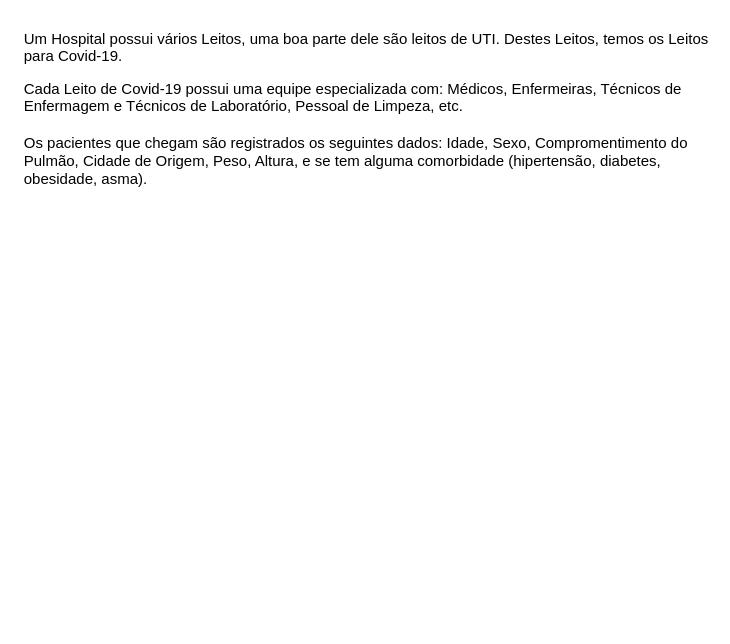
This is Covid-19-Hospital.drawio from vladimiralencar/Alunos-UEPB-BancoDeDados, a draw.io file, before an edit. Source tidied: cells renumbered, new cells numbered last; positions are measured from the earlier drawing's top-left corner, leaving out a move shared by most shapes. Both pictures are drawn from the tidied source at 125%, with x=0, y=0 at pixel (21, 21).
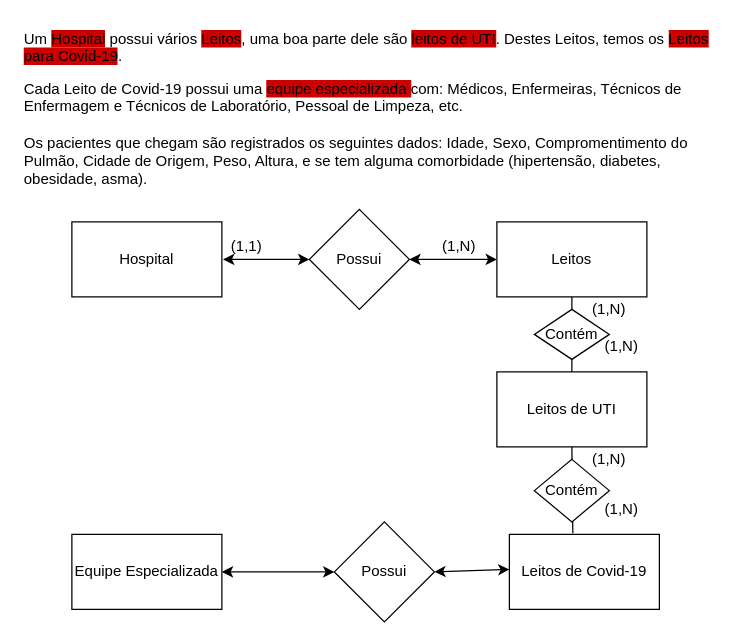
The same diagram, later.

Diff of the diagram source:
```diff
@@
+    <mxCell id="4" style="endArrow=none;html=1;exitX=0.5;exitY=0;exitDx=0;exitDy=0;" parent="1" edge="1" source="7">
+      <mxGeometry relative="1" as="geometry">
+        <mxPoint x="440" y="220" as="targetPoint" />
+      </mxGeometry>
+    </mxCell>
-    <mxCell id="2" value="Um Hospital possui vários Leitos, uma boa parte dele são leitos de UTI. Destes Leitos, temos os Leitos para Covid-19." style="text;whiteSpace=wrap;html=1;" parent="1" vertex="1">
+    <mxCell id="2" value="Um &lt;span style=&quot;background-color: rgb(204 , 0 , 0)&quot;&gt;Hospital&lt;/span&gt; possui vários &lt;span style=&quot;background-color: rgb(204 , 0 , 0)&quot;&gt;Leitos&lt;/span&gt;, uma boa parte dele são &lt;span style=&quot;background-color: rgb(204 , 0 , 0)&quot;&gt;leitos de UTI&lt;/span&gt;. Destes Leitos, temos os &lt;span style=&quot;background-color: rgb(204 , 0 , 0)&quot;&gt;Leitos para Covid-19&lt;/span&gt;." style="text;whiteSpace=wrap;html=1;" parent="1" vertex="1">
       <mxGeometry width="550" height="40" as="geometry" />
     </mxCell>
-    <mxCell id="3" value="Cada Leito de Covid-19 possui uma equipe especializada com: Médicos, Enfermeiras, Técnicos de Enfermagem e Técnicos de Laboratório, Pessoal de Limpeza, etc. &#10; &#10;Os pacientes que chegam são registrados os seguintes dados: Idade, Sexo, Compromentimento do Pulmão, Cidade de Origem, Peso, Altura, e se tem alguma comorbidade (hipertensão, diabetes, obesidade, asma)." style="text;whiteSpace=wrap;html=1;" parent="1" vertex="1">
+    <mxCell id="3" value="Cada Leito de Covid-19 possui uma &lt;span style=&quot;background-color: rgb(204 , 0 , 0)&quot;&gt;equipe especializada &lt;/span&gt;com: Médicos, Enfermeiras, Técnicos de Enfermagem e Técnicos de Laboratório, Pessoal de Limpeza, etc.&lt;br&gt;&lt;br&gt;Os pacientes que chegam são registrados os seguintes dados: Idade, Sexo, Compromentimento do Pulmão, Cidade de Origem, Peso, Altura, e se tem alguma comorbidade (hipertensão, diabetes, obesidade, asma)." style="text;whiteSpace=wrap;html=1;" parent="1" vertex="1">
       <mxGeometry y="40" width="550" height="100" as="geometry" />
     </mxCell>
+    <mxCell id="5" value="Hospital" style="rounded=0;whiteSpace=wrap;html=1;" parent="1" vertex="1">
+      <mxGeometry x="40" y="160" width="120" height="60" as="geometry" />
+    </mxCell>
+    <mxCell id="6" value="Leitos" style="rounded=0;whiteSpace=wrap;html=1;" parent="1" vertex="1">
+      <mxGeometry x="380" y="160" width="120" height="60" as="geometry" />
+    </mxCell>
+    <mxCell id="7" value="Leitos de UTI" style="rounded=0;whiteSpace=wrap;html=1;" parent="1" vertex="1">
+      <mxGeometry x="380" y="280" width="120" height="60" as="geometry" />
+    </mxCell>
+    <mxCell id="8" value="Leitos de Covid-19" style="rounded=0;whiteSpace=wrap;html=1;" parent="1" vertex="1">
+      <mxGeometry x="390" y="410" width="120" height="60" as="geometry" />
+    </mxCell>
+    <mxCell id="9" value="Equipe Especializada" style="rounded=0;whiteSpace=wrap;html=1;" parent="1" vertex="1">
+      <mxGeometry x="40" y="410" width="120" height="60" as="geometry" />
+    </mxCell>
+    <mxCell id="10" value="Possui" style="rhombus;whiteSpace=wrap;html=1;" parent="1" vertex="1">
+      <mxGeometry x="230" y="150" width="80" height="80" as="geometry" />
+    </mxCell>
+    <mxCell id="11" style="endArrow=classic;startArrow=classic;html=1;entryX=0;entryY=0.5;entryDx=0;entryDy=0;" parent="1" edge="1" target="10">
+      <mxGeometry relative="1" as="geometry">
+        <mxPoint x="161" y="190" as="sourcePoint" />
+      </mxGeometry>
+    </mxCell>
+    <mxCell id="12" style="endArrow=classic;startArrow=classic;html=1;exitX=1;exitY=0.5;exitDx=0;exitDy=0;entryX=0;entryY=0.5;entryDx=0;entryDy=0;" parent="1" edge="1" source="10" target="6">
+      <mxGeometry relative="1" as="geometry" />
+    </mxCell>
+    <mxCell id="13" value="(1,1)" style="text;html=1;strokeColor=none;fillColor=none;align=center;verticalAlign=middle;whiteSpace=wrap;rounded=0;" parent="1" vertex="1">
+      <mxGeometry x="160" y="170" width="40" height="20" as="geometry" />
+    </mxCell>
+    <mxCell id="14" value="(1,N)" style="text;html=1;strokeColor=none;fillColor=none;align=center;verticalAlign=middle;whiteSpace=wrap;rounded=0;" parent="1" vertex="1">
+      <mxGeometry x="330" y="170" width="40" height="20" as="geometry" />
+    </mxCell>
+    <mxCell id="15" value="Contém" style="rhombus;whiteSpace=wrap;html=1;" parent="1" vertex="1">
+      <mxGeometry x="410" y="230" width="60" height="40" as="geometry" />
+    </mxCell>
+    <mxCell id="16" style="endArrow=none;html=1;" parent="1" edge="1" target="18">
+      <mxGeometry relative="1" as="geometry">
+        <mxPoint x="420" y="380" as="sourcePoint" />
+      </mxGeometry>
+    </mxCell>
+    <mxCell id="17" style="endArrow=none;html=1;entryX=0.5;entryY=1;entryDx=0;entryDy=0;exitX=0.423;exitY=-0.014;exitDx=0;exitDy=0;exitPerimeter=0;" parent="1" edge="1" source="8" target="7">
+      <mxGeometry relative="1" as="geometry" />
+    </mxCell>
+    <mxCell id="18" value="Contém" style="rhombus;whiteSpace=wrap;html=1;" parent="1" vertex="1">
+      <mxGeometry x="410" y="350" width="60" height="50" as="geometry" />
+    </mxCell>
+    <mxCell id="19" value="(1,N)" style="text;html=1;strokeColor=none;fillColor=none;align=center;verticalAlign=middle;whiteSpace=wrap;rounded=0;" parent="1" vertex="1">
+      <mxGeometry x="450" y="220" width="40" height="20" as="geometry" />
+    </mxCell>
+    <mxCell id="20" value="(1,N)" style="text;html=1;strokeColor=none;fillColor=none;align=center;verticalAlign=middle;whiteSpace=wrap;rounded=0;" parent="1" vertex="1">
+      <mxGeometry x="460" y="250" width="40" height="20" as="geometry" />
+    </mxCell>
+    <mxCell id="21" value="(1,N)" style="text;html=1;strokeColor=none;fillColor=none;align=center;verticalAlign=middle;whiteSpace=wrap;rounded=0;" parent="1" vertex="1">
+      <mxGeometry x="450" y="340" width="40" height="20" as="geometry" />
+    </mxCell>
+    <mxCell id="22" value="(1,N)" style="text;html=1;strokeColor=none;fillColor=none;align=center;verticalAlign=middle;whiteSpace=wrap;rounded=0;" parent="1" vertex="1">
+      <mxGeometry x="460" y="380" width="40" height="20" as="geometry" />
+    </mxCell>
+    <mxCell id="23" value="Possui" style="rhombus;whiteSpace=wrap;html=1;" parent="1" vertex="1">
+      <mxGeometry x="250" y="400" width="80" height="80" as="geometry" />
+    </mxCell>
+    <mxCell id="24" style="endArrow=classic;startArrow=classic;html=1;exitX=1;exitY=0.5;exitDx=0;exitDy=0;entryX=0;entryY=0.5;entryDx=0;entryDy=0;" parent="1" edge="1" source="9" target="23">
+      <mxGeometry relative="1" as="geometry" />
+    </mxCell>
+    <mxCell id="25" style="endArrow=classic;startArrow=classic;html=1;" parent="1" edge="1">
+      <mxGeometry relative="1" as="geometry">
+        <mxPoint x="330" y="440" as="sourcePoint" />
+        <mxPoint x="390" y="438" as="targetPoint" />
+      </mxGeometry>
+    </mxCell>
```
